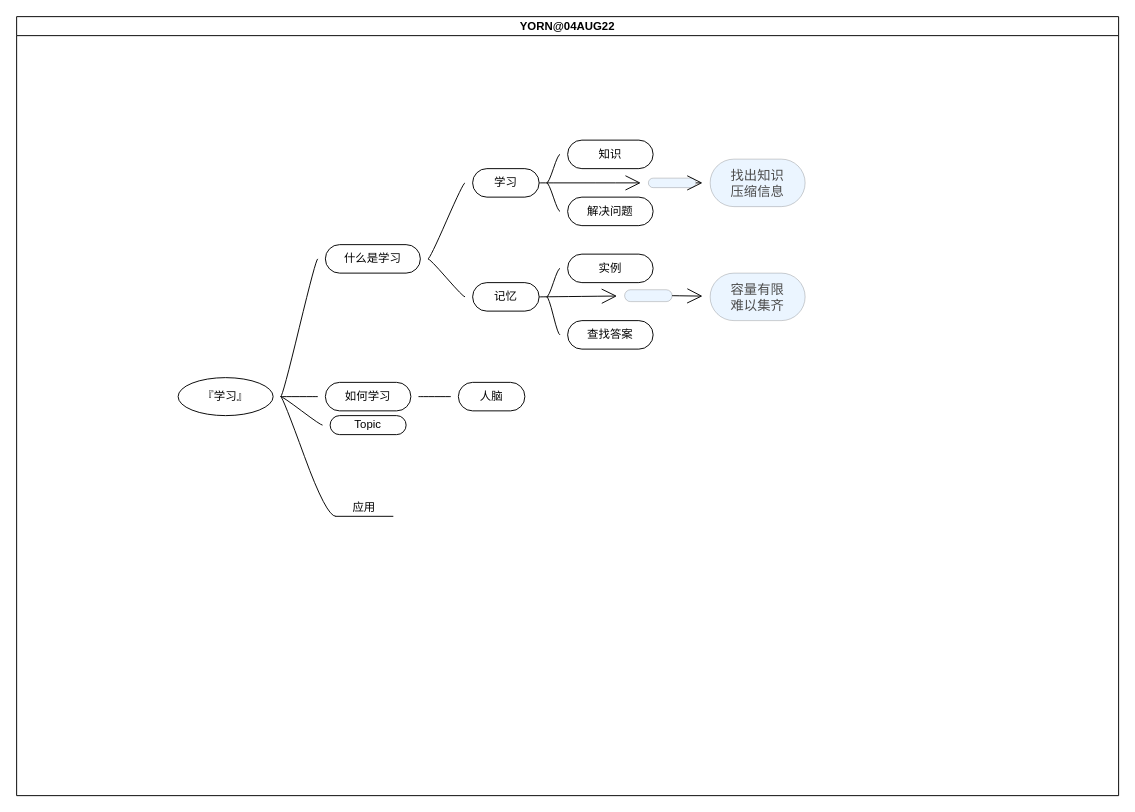
waaaaaaat/draw-io keeps this draw.io diagram as the-study/about-study-mindmap.drawio. Above is the earlier version. Source tidied: cells renumbered, new cells numbered last; positions are measured from the earlier drawing's top-left corner, leaving out a move shared by most shapes. Both pictures are drawn from the tidied source at 95%, with x=0, y=0 at pixel (16, 16).
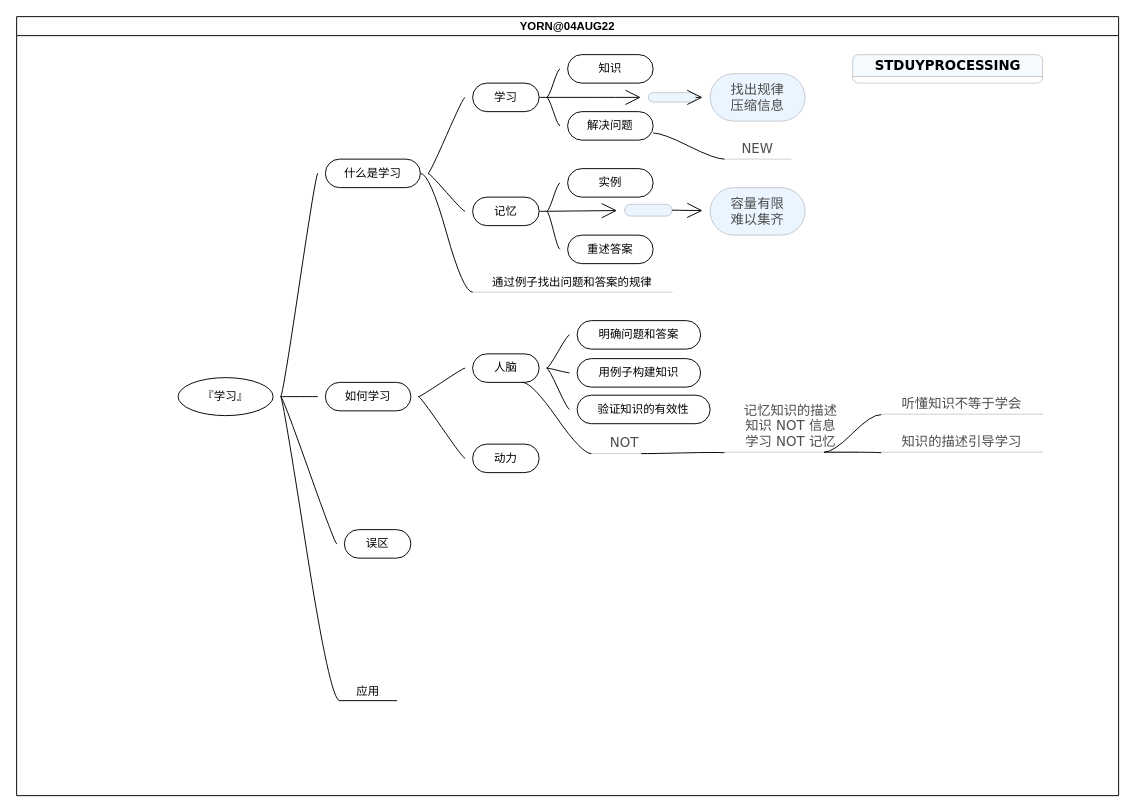
Above is the later version.

Unchanged cells that the change refers to:
```xml
<mxCell id="2" value="YORN@04AUG22" style="swimlane;startSize=20;horizontal=1;containerType=tree;hachureGap=4;" parent="1" vertex="1">
  <mxGeometry width="1160" height="820" as="geometry" />
</mxCell>
<mxCell id="9" value="如何学习" style="whiteSpace=wrap;html=1;rounded=1;arcSize=50;align=center;verticalAlign=middle;strokeWidth=1;spacing=4;newEdgeStyle={&quot;edgeStyle&quot;:&quot;entityRelationEdgeStyle&quot;,&quot;startArrow&quot;:&quot;none&quot;,&quot;endArrow&quot;:&quot;none&quot;,&quot;segment&quot;:10,&quot;curved&quot;:1};hachureGap=4;" parent="2" vertex="1">
  <mxGeometry x="325" y="385" width="90" height="30" as="geometry" />
</mxCell>
```

Change to the diagram source:
```diff
@@
     <mxCell id="6" value="什么是学习" style="whiteSpace=wrap;html=1;rounded=1;arcSize=50;align=center;verticalAlign=middle;strokeWidth=1;spacing=4;newEdgeStyle={&quot;edgeStyle&quot;:&quot;entityRelationEdgeStyle&quot;,&quot;startArrow&quot;:&quot;none&quot;,&quot;endArrow&quot;:&quot;none&quot;,&quot;segment&quot;:10,&quot;curved&quot;:1};hachureGap=4;" parent="2" vertex="1">
-      <mxGeometry x="325" y="240" width="100" height="30" as="geometry" />
+      <mxGeometry x="325" y="150" width="100" height="30" as="geometry" />
     </mxCell>
     <mxCell id="7" value="应用" style="whiteSpace=wrap;html=1;shape=partialRectangle;top=0;left=0;bottom=1;right=0;points=[[0,1],[1,1]];fillColor=none;align=center;verticalAlign=bottom;routingCenterY=0.5;snapToPoint=1;newEdgeStyle={&quot;edgeStyle&quot;:&quot;entityRelationEdgeStyle&quot;,&quot;startArrow&quot;:&quot;none&quot;,&quot;endArrow&quot;:&quot;none&quot;,&quot;segment&quot;:10,&quot;curved&quot;:1};hachureGap=4;" parent="2" vertex="1">
-      <mxGeometry x="336" y="496" width="60" height="30" as="geometry" />
+      <mxGeometry x="340" y="690" width="60" height="30" as="geometry" />
     </mxCell>
@@
-    <mxCell id="11" value="Topic" style="whiteSpace=wrap;html=1;rounded=1;arcSize=50;align=center;verticalAlign=middle;strokeWidth=1;spacing=4;newEdgeStyle={&quot;edgeStyle&quot;:&quot;entityRelationEdgeStyle&quot;,&quot;startArrow&quot;:&quot;none&quot;,&quot;endArrow&quot;:&quot;none&quot;,&quot;segment&quot;:10,&quot;curved&quot;:1};hachureGap=4;" parent="2" vertex="1">
-      <mxGeometry x="330" y="420" width="80" height="20" as="geometry" />
+    <mxCell id="11" value="误区" style="whiteSpace=wrap;html=1;rounded=1;arcSize=50;align=center;verticalAlign=middle;strokeWidth=1;spacing=4;newEdgeStyle={&quot;edgeStyle&quot;:&quot;entityRelationEdgeStyle&quot;,&quot;startArrow&quot;:&quot;none&quot;,&quot;endArrow&quot;:&quot;none&quot;,&quot;segment&quot;:10,&quot;curved&quot;:1};hachureGap=4;" parent="2" vertex="1">
+      <mxGeometry x="345" y="540" width="70" height="30" as="geometry" />
     </mxCell>
@@
     <mxCell id="14" value="学习" style="whiteSpace=wrap;html=1;rounded=1;arcSize=50;align=center;verticalAlign=middle;strokeWidth=1;spacing=4;newEdgeStyle={&quot;edgeStyle&quot;:&quot;entityRelationEdgeStyle&quot;,&quot;startArrow&quot;:&quot;none&quot;,&quot;endArrow&quot;:&quot;none&quot;,&quot;segment&quot;:10,&quot;curved&quot;:1};hachureGap=4;" parent="2" vertex="1">
-      <mxGeometry x="480" y="160" width="70" height="30" as="geometry" />
+      <mxGeometry x="480" y="70" width="70" height="30" as="geometry" />
     </mxCell>
@@
     <mxCell id="17" value="记忆" style="whiteSpace=wrap;html=1;rounded=1;arcSize=50;align=center;verticalAlign=middle;strokeWidth=1;spacing=4;newEdgeStyle={&quot;edgeStyle&quot;:&quot;entityRelationEdgeStyle&quot;,&quot;startArrow&quot;:&quot;none&quot;,&quot;endArrow&quot;:&quot;none&quot;,&quot;segment&quot;:10,&quot;curved&quot;:1};hachureGap=4;" parent="2" vertex="1">
-      <mxGeometry x="480" y="280" width="70" height="30" as="geometry" />
+      <mxGeometry x="480" y="190" width="70" height="30" as="geometry" />
     </mxCell>
@@
     <mxCell id="19" value="知识" style="whiteSpace=wrap;html=1;rounded=1;arcSize=50;align=center;verticalAlign=middle;strokeWidth=1;spacing=4;newEdgeStyle={&quot;edgeStyle&quot;:&quot;entityRelationEdgeStyle&quot;,&quot;startArrow&quot;:&quot;none&quot;,&quot;endArrow&quot;:&quot;none&quot;,&quot;segment&quot;:10,&quot;curved&quot;:1};hachureGap=4;" parent="2" vertex="1">
-      <mxGeometry x="580" y="130" width="90" height="30" as="geometry" />
+      <mxGeometry x="580" y="40" width="90" height="30" as="geometry" />
     </mxCell>
@@
     <mxCell id="21" value="解决问题" style="whiteSpace=wrap;html=1;rounded=1;arcSize=50;align=center;verticalAlign=middle;strokeWidth=1;spacing=4;newEdgeStyle={&quot;edgeStyle&quot;:&quot;entityRelationEdgeStyle&quot;,&quot;startArrow&quot;:&quot;none&quot;,&quot;endArrow&quot;:&quot;none&quot;,&quot;segment&quot;:10,&quot;curved&quot;:1};hachureGap=4;" parent="2" vertex="1">
-      <mxGeometry x="580" y="190" width="90" height="30" as="geometry" />
+      <mxGeometry x="580" y="100" width="90" height="30" as="geometry" />
     </mxCell>
     <mxCell id="22" style="whiteSpace=wrap;html=1;rounded=1;arcSize=50;align=center;verticalAlign=middle;strokeWidth=1;spacing=4;newEdgeStyle={&quot;edgeStyle&quot;:&quot;entityRelationEdgeStyle&quot;,&quot;startArrow&quot;:&quot;none&quot;,&quot;endArrow&quot;:&quot;none&quot;,&quot;segment&quot;:10,&quot;curved&quot;:1};hachureGap=4;labelBackgroundColor=none;labelBorderColor=none;fontFamily=Verdana;fontSize=14;fontColor=#4D4D4D;fillColor=#99CCFF;opacity=20;strokeColor=default;glass=0;sketch=0;" parent="2" vertex="1">
-      <mxGeometry x="665" y="170" width="50" height="10" as="geometry" />
+      <mxGeometry x="665" y="80" width="50" height="10" as="geometry" />
     </mxCell>
@@
-    <mxCell id="24" value="找出知识&lt;br&gt;压缩信息" style="whiteSpace=wrap;html=1;rounded=1;arcSize=50;align=center;verticalAlign=middle;strokeWidth=1;spacing=4;newEdgeStyle={&quot;edgeStyle&quot;:&quot;entityRelationEdgeStyle&quot;,&quot;startArrow&quot;:&quot;none&quot;,&quot;endArrow&quot;:&quot;none&quot;,&quot;segment&quot;:10,&quot;curved&quot;:1};hachureGap=4;labelBackgroundColor=none;labelBorderColor=none;fontFamily=Verdana;fontSize=14;fontColor=#4D4D4D;fillColor=#99CCFF;opacity=20;" parent="2" vertex="1">
-      <mxGeometry x="730" y="150" width="100" height="50" as="geometry" />
+    <mxCell id="24" value="找出规律&lt;br&gt;压缩信息" style="whiteSpace=wrap;html=1;rounded=1;arcSize=50;align=center;verticalAlign=middle;strokeWidth=1;spacing=4;newEdgeStyle={&quot;edgeStyle&quot;:&quot;entityRelationEdgeStyle&quot;,&quot;startArrow&quot;:&quot;none&quot;,&quot;endArrow&quot;:&quot;none&quot;,&quot;segment&quot;:10,&quot;curved&quot;:1};hachureGap=4;labelBackgroundColor=none;labelBorderColor=none;fontFamily=Verdana;fontSize=14;fontColor=#4D4D4D;fillColor=#99CCFF;opacity=20;" parent="2" vertex="1">
+      <mxGeometry x="730" y="60" width="100" height="50" as="geometry" />
     </mxCell>
@@
     <mxCell id="26" value="实例" style="whiteSpace=wrap;html=1;rounded=1;arcSize=50;align=center;verticalAlign=middle;strokeWidth=1;spacing=4;newEdgeStyle={&quot;edgeStyle&quot;:&quot;entityRelationEdgeStyle&quot;,&quot;startArrow&quot;:&quot;none&quot;,&quot;endArrow&quot;:&quot;none&quot;,&quot;segment&quot;:10,&quot;curved&quot;:1};hachureGap=4;" parent="2" vertex="1">
-      <mxGeometry x="580" y="250" width="90" height="30" as="geometry" />
+      <mxGeometry x="580" y="160" width="90" height="30" as="geometry" />
     </mxCell>
@@
-    <mxCell id="28" value="查找答案" style="whiteSpace=wrap;html=1;rounded=1;arcSize=50;align=center;verticalAlign=middle;strokeWidth=1;spacing=4;newEdgeStyle={&quot;edgeStyle&quot;:&quot;entityRelationEdgeStyle&quot;,&quot;startArrow&quot;:&quot;none&quot;,&quot;endArrow&quot;:&quot;none&quot;,&quot;segment&quot;:10,&quot;curved&quot;:1};hachureGap=4;" parent="2" vertex="1">
-      <mxGeometry x="580" y="320" width="90" height="30" as="geometry" />
+    <mxCell id="28" value="重述答案" style="whiteSpace=wrap;html=1;rounded=1;arcSize=50;align=center;verticalAlign=middle;strokeWidth=1;spacing=4;newEdgeStyle={&quot;edgeStyle&quot;:&quot;entityRelationEdgeStyle&quot;,&quot;startArrow&quot;:&quot;none&quot;,&quot;endArrow&quot;:&quot;none&quot;,&quot;segment&quot;:10,&quot;curved&quot;:1};hachureGap=4;" parent="2" vertex="1">
+      <mxGeometry x="580" y="230" width="90" height="30" as="geometry" />
     </mxCell>
     <mxCell id="29" style="whiteSpace=wrap;html=1;rounded=1;arcSize=50;align=center;verticalAlign=middle;strokeWidth=1;spacing=4;newEdgeStyle={&quot;edgeStyle&quot;:&quot;entityRelationEdgeStyle&quot;,&quot;startArrow&quot;:&quot;none&quot;,&quot;endArrow&quot;:&quot;none&quot;,&quot;segment&quot;:10,&quot;curved&quot;:1};hachureGap=4;labelBackgroundColor=none;labelBorderColor=none;fontFamily=Verdana;fontSize=14;fontColor=#4D4D4D;fillColor=#99CCFF;opacity=20;" parent="2" vertex="1">
-      <mxGeometry x="640" y="287.5" width="50" height="12.5" as="geometry" />
+      <mxGeometry x="640" y="197.5" width="50" height="12.5" as="geometry" />
     </mxCell>
@@
     <mxCell id="31" value="容量有限&lt;br&gt;难以集齐" style="whiteSpace=wrap;html=1;rounded=1;arcSize=50;align=center;verticalAlign=middle;strokeWidth=1;spacing=4;newEdgeStyle={&quot;edgeStyle&quot;:&quot;entityRelationEdgeStyle&quot;,&quot;startArrow&quot;:&quot;none&quot;,&quot;endArrow&quot;:&quot;none&quot;,&quot;segment&quot;:10,&quot;curved&quot;:1};hachureGap=4;labelBackgroundColor=none;labelBorderColor=none;fontFamily=Verdana;fontSize=14;fontColor=#4D4D4D;fillColor=#99CCFF;opacity=20;" parent="2" vertex="1">
-      <mxGeometry x="730" y="270" width="100" height="50" as="geometry" />
+      <mxGeometry x="730" y="180" width="100" height="50" as="geometry" />
     </mxCell>
@@
     <mxCell id="33" value="人脑" style="whiteSpace=wrap;html=1;rounded=1;arcSize=50;align=center;verticalAlign=middle;strokeWidth=1;spacing=4;newEdgeStyle={&quot;edgeStyle&quot;:&quot;entityRelationEdgeStyle&quot;,&quot;startArrow&quot;:&quot;none&quot;,&quot;endArrow&quot;:&quot;none&quot;,&quot;segment&quot;:10,&quot;curved&quot;:1};hachureGap=4;" parent="2" vertex="1">
-      <mxGeometry x="465" y="385" width="70" height="30" as="geometry" />
+      <mxGeometry x="480" y="355" width="70" height="30" as="geometry" />
     </mxCell>
+    <mxCell id="34" style="edgeStyle=entityRelationEdgeStyle;startArrow=none;endArrow=none;segment=10;curved=1;rounded=0;startSize=14;endSize=14;sourcePerimeterSpacing=8;targetPerimeterSpacing=8;" parent="2" edge="1" source="9" target="35">
+      <mxGeometry relative="1" as="geometry" />
+    </mxCell>
+    <mxCell id="35" value="动力" style="whiteSpace=wrap;html=1;rounded=1;arcSize=50;align=center;verticalAlign=middle;strokeWidth=1;spacing=4;newEdgeStyle={&quot;edgeStyle&quot;:&quot;entityRelationEdgeStyle&quot;,&quot;startArrow&quot;:&quot;none&quot;,&quot;endArrow&quot;:&quot;none&quot;,&quot;segment&quot;:10,&quot;curved&quot;:1};hachureGap=4;" parent="2" vertex="1">
+      <mxGeometry x="480" y="450" width="70" height="30" as="geometry" />
+    </mxCell>
+    <mxCell id="36" style="edgeStyle=entityRelationEdgeStyle;startArrow=none;endArrow=none;segment=10;curved=1;rounded=0;startSize=14;endSize=14;sourcePerimeterSpacing=8;targetPerimeterSpacing=8;" parent="2" edge="1" source="33" target="37">
+      <mxGeometry relative="1" as="geometry" />
+    </mxCell>
+    <mxCell id="37" value="明确问题和答案" style="whiteSpace=wrap;html=1;rounded=1;arcSize=50;align=center;verticalAlign=middle;strokeWidth=1;spacing=4;newEdgeStyle={&quot;edgeStyle&quot;:&quot;entityRelationEdgeStyle&quot;,&quot;startArrow&quot;:&quot;none&quot;,&quot;endArrow&quot;:&quot;none&quot;,&quot;segment&quot;:10,&quot;curved&quot;:1};hachureGap=4;" parent="2" vertex="1">
+      <mxGeometry x="590" y="320" width="130" height="30" as="geometry" />
+    </mxCell>
+    <mxCell id="38" value="NEW" style="whiteSpace=wrap;html=1;shape=partialRectangle;top=0;left=0;bottom=1;right=0;points=[[0,1],[1,1]];fillColor=none;align=center;verticalAlign=bottom;routingCenterY=0.5;snapToPoint=1;newEdgeStyle={&quot;edgeStyle&quot;:&quot;entityRelationEdgeStyle&quot;,&quot;startArrow&quot;:&quot;none&quot;,&quot;endArrow&quot;:&quot;none&quot;,&quot;segment&quot;:10,&quot;curved&quot;:1};rounded=1;shadow=0;glass=0;labelBackgroundColor=none;labelBorderColor=none;sketch=0;hachureGap=4;fillStyle=auto;fontFamily=Verdana;fontSize=14;fontColor=#4D4D4D;strokeColor=default;opacity=20;" parent="2" vertex="1">
+      <mxGeometry x="745" y="120" width="70" height="30" as="geometry" />
+    </mxCell>
+    <mxCell id="39" style="edgeStyle=entityRelationEdgeStyle;startArrow=none;endArrow=none;segment=10;curved=1;rounded=0;fontFamily=Verdana;fontSize=14;fontColor=#4D4D4D;startSize=14;endSize=14;sourcePerimeterSpacing=8;targetPerimeterSpacing=8;exitX=1;exitY=0.75;exitDx=0;exitDy=0;" parent="2" edge="1" source="21" target="38">
+      <mxGeometry relative="1" as="geometry" />
+    </mxCell>
+    <mxCell id="40" value="&lt;span style=&quot;color: rgb(0, 0, 0); font-family: Helvetica; font-size: 12px;&quot;&gt;通过例子找出问题和答案的规律&lt;/span&gt;" style="whiteSpace=wrap;html=1;shape=partialRectangle;top=0;left=0;bottom=1;right=0;points=[[0,1],[1,1]];fillColor=none;align=center;verticalAlign=bottom;routingCenterY=0.5;snapToPoint=1;newEdgeStyle={&quot;edgeStyle&quot;:&quot;entityRelationEdgeStyle&quot;,&quot;startArrow&quot;:&quot;none&quot;,&quot;endArrow&quot;:&quot;none&quot;,&quot;segment&quot;:10,&quot;curved&quot;:1};rounded=1;shadow=0;glass=0;labelBackgroundColor=none;labelBorderColor=none;sketch=0;hachureGap=4;fillStyle=auto;fontFamily=Verdana;fontSize=14;fontColor=#4D4D4D;strokeColor=default;opacity=20;" parent="2" vertex="1">
+      <mxGeometry x="480" y="260" width="210" height="30" as="geometry" />
+    </mxCell>
+    <mxCell id="41" style="edgeStyle=entityRelationEdgeStyle;startArrow=none;endArrow=none;segment=10;curved=1;rounded=0;fontFamily=Verdana;fontSize=14;fontColor=#4D4D4D;startSize=14;endSize=14;sourcePerimeterSpacing=8;targetPerimeterSpacing=8;entryX=0;entryY=1;entryDx=0;entryDy=0;exitX=1;exitY=0.5;exitDx=0;exitDy=0;" parent="2" edge="1" source="6" target="40">
+      <mxGeometry relative="1" as="geometry" />
+    </mxCell>
+    <mxCell id="42" style="edgeStyle=entityRelationEdgeStyle;startArrow=none;endArrow=none;segment=10;curved=1;rounded=0;startSize=14;endSize=14;sourcePerimeterSpacing=8;targetPerimeterSpacing=8;" parent="2" edge="1" source="33" target="43">
+      <mxGeometry relative="1" as="geometry" />
+    </mxCell>
+    <mxCell id="43" value="用例子构建知识" style="whiteSpace=wrap;html=1;rounded=1;arcSize=50;align=center;verticalAlign=middle;strokeWidth=1;spacing=4;newEdgeStyle={&quot;edgeStyle&quot;:&quot;entityRelationEdgeStyle&quot;,&quot;startArrow&quot;:&quot;none&quot;,&quot;endArrow&quot;:&quot;none&quot;,&quot;segment&quot;:10,&quot;curved&quot;:1};hachureGap=4;" parent="2" vertex="1">
+      <mxGeometry x="590" y="360" width="130" height="30" as="geometry" />
+    </mxCell>
+    <mxCell id="44" style="edgeStyle=entityRelationEdgeStyle;startArrow=none;endArrow=none;segment=10;curved=1;rounded=0;startSize=14;endSize=14;sourcePerimeterSpacing=8;targetPerimeterSpacing=8;" parent="2" edge="1" source="33" target="45">
+      <mxGeometry relative="1" as="geometry" />
+    </mxCell>
+    <mxCell id="45" value="验证知识的有效性" style="whiteSpace=wrap;html=1;rounded=1;arcSize=50;align=center;verticalAlign=middle;strokeWidth=1;spacing=4;newEdgeStyle={&quot;edgeStyle&quot;:&quot;entityRelationEdgeStyle&quot;,&quot;startArrow&quot;:&quot;none&quot;,&quot;endArrow&quot;:&quot;none&quot;,&quot;segment&quot;:10,&quot;curved&quot;:1};hachureGap=4;" parent="2" vertex="1">
+      <mxGeometry x="590" y="398.5" width="140" height="30" as="geometry" />
+    </mxCell>
+    <mxCell id="46" value="NOT" style="whiteSpace=wrap;html=1;shape=partialRectangle;top=0;left=0;bottom=1;right=0;points=[[0,1],[1,1]];fillColor=none;align=center;verticalAlign=bottom;routingCenterY=0.5;snapToPoint=1;newEdgeStyle={&quot;edgeStyle&quot;:&quot;entityRelationEdgeStyle&quot;,&quot;startArrow&quot;:&quot;none&quot;,&quot;endArrow&quot;:&quot;none&quot;,&quot;segment&quot;:10,&quot;curved&quot;:1};rounded=1;shadow=0;glass=0;labelBackgroundColor=none;labelBorderColor=none;sketch=0;hachureGap=4;fillStyle=auto;fontFamily=Verdana;fontSize=14;fontColor=#4D4D4D;strokeColor=default;opacity=20;" parent="2" vertex="1">
+      <mxGeometry x="605" y="430" width="70" height="30" as="geometry" />
+    </mxCell>
+    <mxCell id="47" style="edgeStyle=entityRelationEdgeStyle;startArrow=none;endArrow=none;segment=10;curved=1;rounded=0;fontFamily=Verdana;fontSize=14;fontColor=#4D4D4D;startSize=14;endSize=14;sourcePerimeterSpacing=8;targetPerimeterSpacing=8;exitX=0.75;exitY=1;exitDx=0;exitDy=0;" parent="2" edge="1" source="33" target="46">
+      <mxGeometry relative="1" as="geometry" />
+    </mxCell>
+    <mxCell id="48" style="edgeStyle=entityRelationEdgeStyle;startArrow=none;endArrow=none;segment=10;curved=1;rounded=0;fontFamily=Verdana;fontSize=14;fontColor=#4D4D4D;startSize=14;endSize=14;sourcePerimeterSpacing=8;targetPerimeterSpacing=8;exitX=0.75;exitY=1;exitDx=0;exitDy=0;" parent="2" edge="1" source="46" target="49">
+      <mxGeometry relative="1" as="geometry" />
+    </mxCell>
+    <mxCell id="49" value="记忆知识的描述&lt;br&gt;知识 NOT 信息&lt;br&gt;学习 NOT 记忆" style="whiteSpace=wrap;html=1;shape=partialRectangle;top=0;left=0;bottom=1;right=0;points=[[0,1],[1,1]];fillColor=none;align=center;verticalAlign=bottom;routingCenterY=0.5;snapToPoint=1;newEdgeStyle={&quot;edgeStyle&quot;:&quot;entityRelationEdgeStyle&quot;,&quot;startArrow&quot;:&quot;none&quot;,&quot;endArrow&quot;:&quot;none&quot;,&quot;segment&quot;:10,&quot;curved&quot;:1};rounded=1;shadow=0;glass=0;labelBackgroundColor=none;labelBorderColor=none;sketch=0;hachureGap=4;fillStyle=auto;fontFamily=Verdana;fontSize=14;fontColor=#4D4D4D;strokeColor=default;opacity=20;" parent="2" vertex="1">
+      <mxGeometry x="745" y="398.5" width="140" height="60" as="geometry" />
+    </mxCell>
+    <mxCell id="50" style="edgeStyle=entityRelationEdgeStyle;startArrow=none;endArrow=none;segment=10;curved=1;rounded=0;fontFamily=Verdana;fontSize=14;fontColor=#4D4D4D;startSize=14;endSize=14;sourcePerimeterSpacing=8;targetPerimeterSpacing=8;exitX=0.75;exitY=1;exitDx=0;exitDy=0;" parent="2" edge="1" source="49" target="51">
+      <mxGeometry relative="1" as="geometry" />
+    </mxCell>
+    <mxCell id="51" value="知识的描述引导学习" style="whiteSpace=wrap;html=1;shape=partialRectangle;top=0;left=0;bottom=1;right=0;points=[[0,1],[1,1]];fillColor=none;align=center;verticalAlign=bottom;routingCenterY=0.5;snapToPoint=1;newEdgeStyle={&quot;edgeStyle&quot;:&quot;entityRelationEdgeStyle&quot;,&quot;startArrow&quot;:&quot;none&quot;,&quot;endArrow&quot;:&quot;none&quot;,&quot;segment&quot;:10,&quot;curved&quot;:1};rounded=1;shadow=0;glass=0;labelBackgroundColor=none;labelBorderColor=none;sketch=0;hachureGap=4;fillStyle=auto;fontFamily=Verdana;fontSize=14;fontColor=#4D4D4D;strokeColor=default;opacity=20;" parent="2" vertex="1">
+      <mxGeometry x="910" y="428.5" width="170" height="30" as="geometry" />
+    </mxCell>
+    <mxCell id="52" style="edgeStyle=entityRelationEdgeStyle;startArrow=none;endArrow=none;segment=10;curved=1;rounded=0;fontFamily=Verdana;fontSize=14;fontColor=#4D4D4D;startSize=14;endSize=14;sourcePerimeterSpacing=8;targetPerimeterSpacing=8;exitX=0.75;exitY=1;exitDx=0;exitDy=0;" parent="2" edge="1" source="49" target="53">
+      <mxGeometry relative="1" as="geometry" />
+    </mxCell>
+    <mxCell id="53" value="听懂知识不等于学会" style="whiteSpace=wrap;html=1;shape=partialRectangle;top=0;left=0;bottom=1;right=0;points=[[0,1],[1,1]];fillColor=none;align=center;verticalAlign=bottom;routingCenterY=0.5;snapToPoint=1;newEdgeStyle={&quot;edgeStyle&quot;:&quot;entityRelationEdgeStyle&quot;,&quot;startArrow&quot;:&quot;none&quot;,&quot;endArrow&quot;:&quot;none&quot;,&quot;segment&quot;:10,&quot;curved&quot;:1};rounded=1;shadow=0;glass=0;labelBackgroundColor=none;labelBorderColor=none;sketch=0;hachureGap=4;fillStyle=auto;fontFamily=Verdana;fontSize=14;fontColor=#4D4D4D;strokeColor=default;opacity=20;" parent="2" vertex="1">
+      <mxGeometry x="910" y="388.5" width="170" height="30" as="geometry" />
+    </mxCell>
+    <mxCell id="54" parent="0" />
+    <mxCell id="55" value="STDUYPROCESSING" style="swimlane;rounded=1;glass=0;labelBackgroundColor=none;labelBorderColor=none;sketch=0;hachureGap=4;fontFamily=Verdana;fontSize=14;html=1;fillColor=#cce5ff;strokeColor=default;gradientColor=none;swimlaneFillColor=none;opacity=20;shadow=0;fillStyle=auto;swimlaneLine=1;" parent="54" vertex="1" collapsed="1">
+      <mxGeometry x="880" y="40" width="200" height="30" as="geometry" />
+    </mxCell>
```
